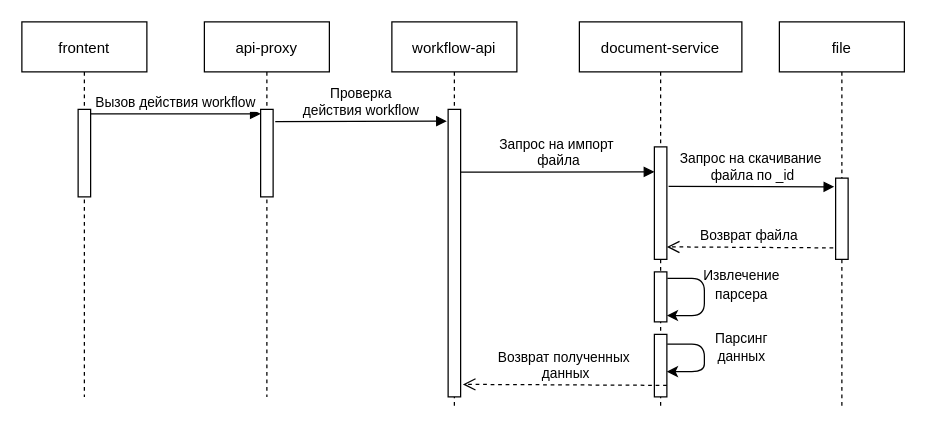
This is document-service/import.drawio from effective-group/docs-drawio, a draw.io file, before an edit. Source tidied: cells renumbered, new cells numbered last; positions are measured from the earlier drawing's top-left corner, leaving out a move shared by most shapes. Both pictures are drawn from the tidied source at 125%, with x=0, y=0 at pixel (21, 21).
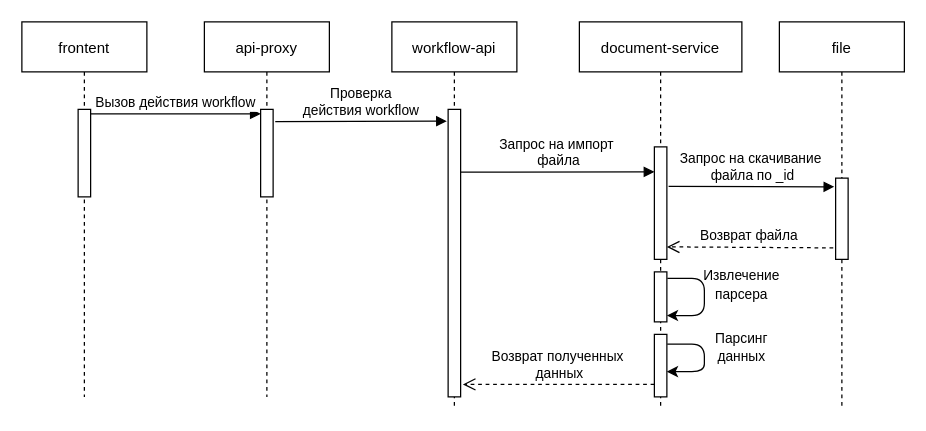
Above is the later version.

What changed in the source:
```diff
@@
-    <mxCell id="23" value="Возврат полученных&#10; данных" style="verticalAlign=bottom;endArrow=open;dashed=1;endSize=8;shadow=0;strokeWidth=1;exitX=-0.085;exitY=0.227;exitDx=0;exitDy=0;exitPerimeter=0;" parent="1" edge="1">
+    <mxCell id="23" value="Возврат полученных&#10; данных" style="verticalAlign=bottom;endArrow=open;dashed=1;endSize=8;shadow=0;strokeWidth=1;" parent="1" edge="1">
       <mxGeometry relative="1" as="geometry">
-        <mxPoint x="516" y="290.8" as="sourcePoint" />
+        <mxPoint x="506" y="290" as="sourcePoint" />
         <mxPoint x="352.8" y="290" as="targetPoint" />
       </mxGeometry>
     </mxCell>
```
